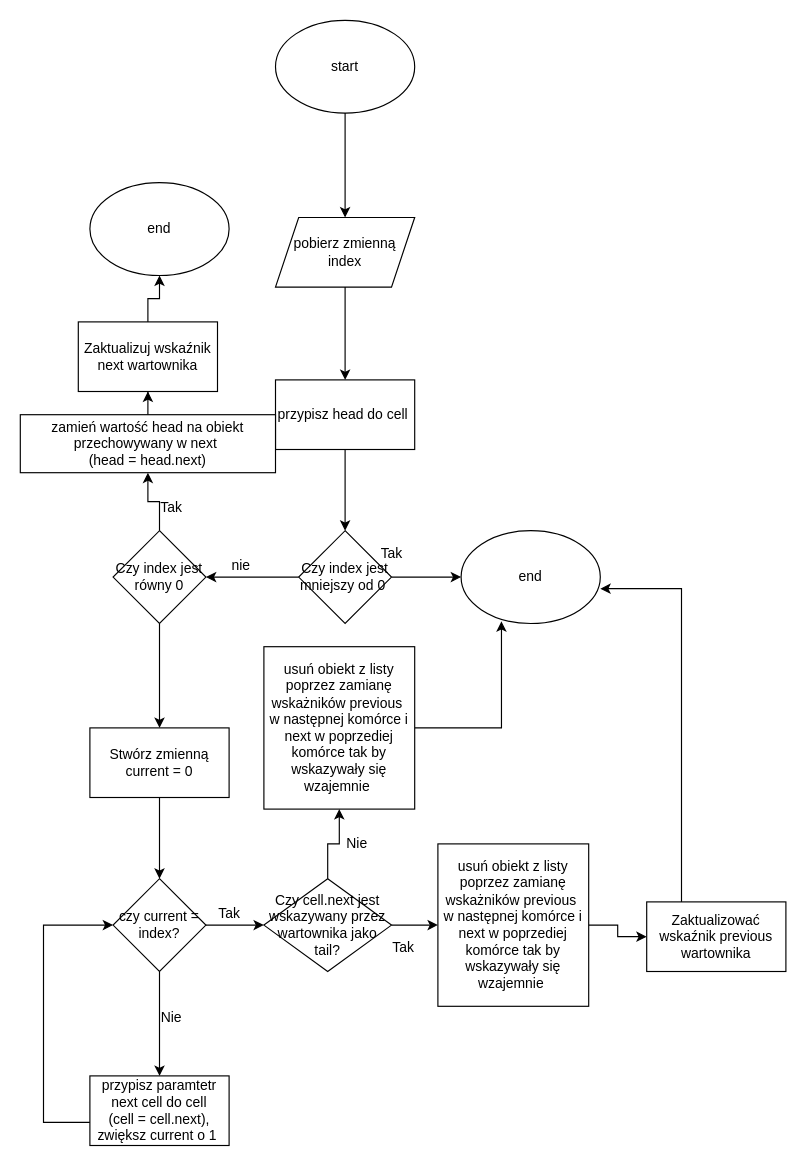
Earlier version of the draw.io diagram alg2/Guarded list/remove.drawio (PriestOfAdanos/alg-i-str-danych-2). Source tidied: cells renumbered, new cells numbered last; positions are measured from the earlier drawing's top-left corner, leaving out a move shared by most shapes. Both pictures are drawn from the tidied source at 116%, with x=0, y=0 at pixel (20, 20).
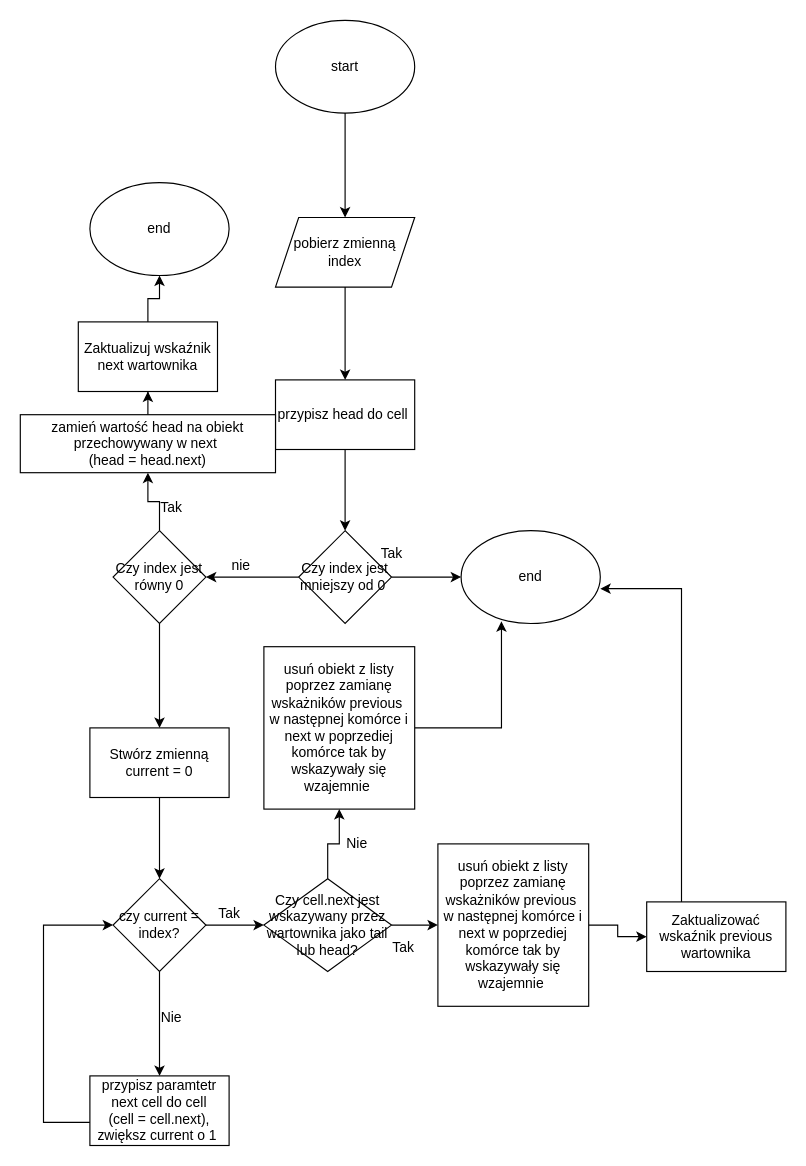
Above is the later version.

The edit, as a diff of the source:
```diff
@@
-    <mxCell id="38" value="Czy cell.next jest wskazywany przez wartownika jako tail?" style="rhombus;whiteSpace=wrap;html=1;" parent="1" vertex="1">
+    <mxCell id="38" value="Czy cell.next jest wskazywany przez wartownika jako tail lub head?" style="rhombus;whiteSpace=wrap;html=1;" parent="1" vertex="1">
       <mxGeometry x="210" y="740" width="110" height="80" as="geometry" />
     </mxCell>
```
